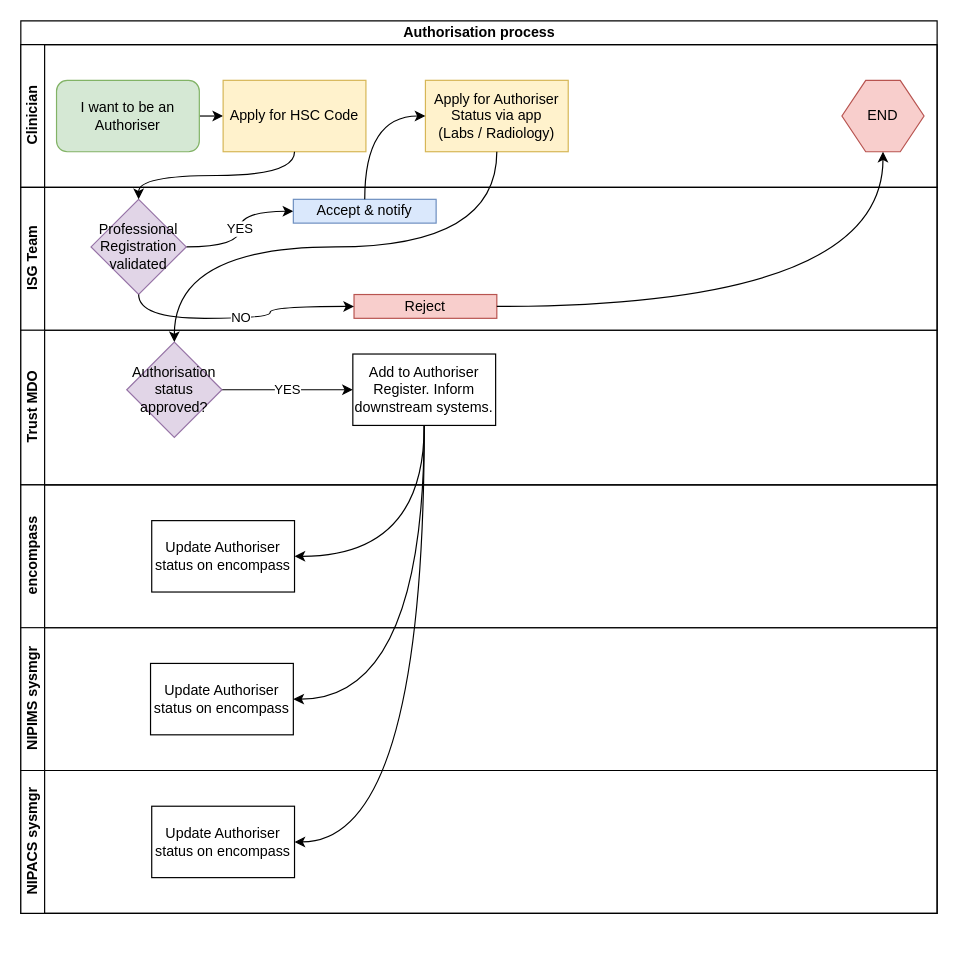
This is authoriser.drawio from mckeebase/.github, a draw.io file, before an edit. Source tidied: cells renumbered, new cells numbered last; positions are measured from the earlier drawing's top-left corner, leaving out a move shared by most shapes. Both pictures are drawn from the tidied source at 119%, with x=0, y=0 at pixel (20, 20).
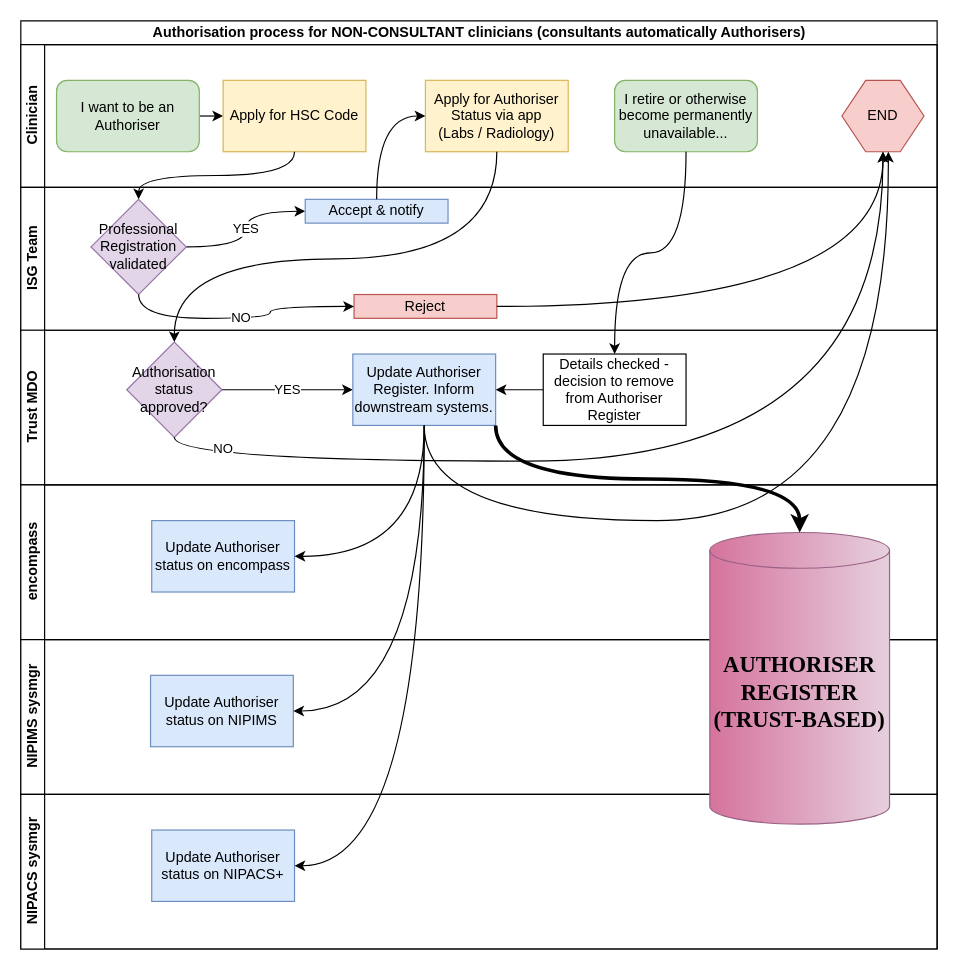
Above is the later version.

The change refers to these unchanged cells:
```xml
<mxCell id="3" value="Clinician" style="swimlane;startSize=20;horizontal=0;html=1;" parent="2" vertex="1">
  <mxGeometry y="20" width="770" height="120" as="geometry" />
</mxCell>
<mxCell id="7" value="Apply for Authoriser Status via app&lt;div&gt;(Labs / Radiology)&lt;/div&gt;" style="rounded=0;whiteSpace=wrap;html=1;fillColor=#fff2cc;strokeColor=#d6b656;" parent="3" vertex="1">
  <mxGeometry x="340" y="30" width="120" height="60" as="geometry" />
</mxCell>
<mxCell id="8" value="END" style="shape=hexagon;perimeter=hexagonPerimeter2;whiteSpace=wrap;html=1;fixedSize=1;fillColor=#f8cecc;strokeColor=#b85450;" parent="3" vertex="1">
  <mxGeometry x="690" y="30" width="69" height="60" as="geometry" />
</mxCell>
<mxCell id="9" value="ISG Team" style="swimlane;startSize=20;horizontal=0;html=1;" parent="2" vertex="1">
  <mxGeometry y="140" width="770" height="120" as="geometry" />
</mxCell>
<mxCell id="15" value="Trust MDO" style="swimlane;startSize=20;horizontal=0;html=1;" parent="2" vertex="1">
  <mxGeometry y="260" width="770" height="130" as="geometry" />
</mxCell>
<mxCell id="17" value="Authorisation status approved?" style="rhombus;whiteSpace=wrap;html=1;fillColor=#e1d5e7;strokeColor=#9673a6;" parent="15" vertex="1">
  <mxGeometry x="89" y="10" width="80" height="80" as="geometry" />
</mxCell>
```

The edit, as a diff of the source:
```diff
@@
-    <mxCell id="2" value="Authorisation process" style="swimlane;horizontal=1;startSize=20;html=1;" parent="1" vertex="1">
-      <mxGeometry width="770" height="750" as="geometry" />
+    <mxCell id="2" value="Authorisation process for NON-CONSULTANT clinicians (consultants automatically Authorisers)" style="swimlane;horizontal=1;startSize=20;html=1;" parent="1" vertex="1">
+      <mxGeometry width="770" height="780" as="geometry" />
     </mxCell>
@@
+    <mxCell id="32" value="I retire or otherwise become permanently unavailable..." style="rounded=1;whiteSpace=wrap;html=1;fillColor=#d5e8d4;strokeColor=#82b366;" parent="3" vertex="1">
+      <mxGeometry x="499" y="30" width="120" height="60" as="geometry" />
+    </mxCell>
@@
     <mxCell id="12" value="Accept &amp;amp; notify" style="whiteSpace=wrap;html=1;fillColor=#dae8fc;strokeColor=#6c8ebf;" parent="9" vertex="1">
-      <mxGeometry x="229" y="10" width="120" height="20" as="geometry" />
+      <mxGeometry x="239" y="10" width="120" height="20" as="geometry" />
     </mxCell>
@@
+    <mxCell id="33" style="edgeStyle=orthogonalEdgeStyle;rounded=0;jettySize=auto;html=1;exitX=0.5;exitY=1;exitDx=0;exitDy=0;curved=1;" parent="15" edge="1" source="18">
+      <mxGeometry relative="1" as="geometry">
+        <mxPoint x="729" y="-150" as="targetPoint" />
+        <Array as="points">
+          <mxPoint x="339" y="160" />
+          <mxPoint x="730" y="160" />
+        </Array>
+      </mxGeometry>
+    </mxCell>
-    <mxCell id="18" value="Add to Authoriser Register. Inform downstream systems." style="rounded=0;whiteSpace=wrap;html=1;" parent="15" vertex="1">
+    <mxCell id="18" value="Update Authoriser Register. Inform downstream systems." style="rounded=0;whiteSpace=wrap;html=1;fillColor=#dae8fc;strokeColor=#6c8ebf;" parent="15" vertex="1">
       <mxGeometry x="279" y="20" width="120" height="60" as="geometry" />
     </mxCell>
+    <mxCell id="34" style="edgeStyle=orthogonalEdgeStyle;rounded=0;jettySize=auto;html=1;exitX=0;exitY=0.5;exitDx=0;exitDy=0;entryX=1;entryY=0.5;entryDx=0;entryDy=0;" parent="15" edge="1" source="35" target="18">
+      <mxGeometry relative="1" as="geometry" />
+    </mxCell>
+    <mxCell id="35" value="Details checked - decision to remove from Authoriser Register" style="rounded=0;whiteSpace=wrap;html=1;" parent="15" vertex="1">
+      <mxGeometry x="439" y="20" width="120" height="60" as="geometry" />
+    </mxCell>
     <mxCell id="19" value="encompass" style="swimlane;startSize=20;horizontal=0;html=1;" parent="2" vertex="1">
-      <mxGeometry y="390" width="770" height="120" as="geometry" />
+      <mxGeometry y="390" width="770" height="130" as="geometry" />
     </mxCell>
-    <mxCell id="20" value="Update Authoriser status on encompass" style="rounded=0;whiteSpace=wrap;html=1;" parent="19" vertex="1">
+    <mxCell id="20" value="Update Authoriser status on encompass" style="rounded=0;whiteSpace=wrap;html=1;fillColor=#dae8fc;strokeColor=#6c8ebf;" parent="19" vertex="1">
       <mxGeometry x="110" y="30" width="120" height="60" as="geometry" />
     </mxCell>
     <mxCell id="21" value="NIPIMS sysmgr" style="swimlane;startSize=20;horizontal=0;html=1;" parent="2" vertex="1">
-      <mxGeometry y="510" width="770" height="120" as="geometry" />
+      <mxGeometry y="520" width="770" height="130" as="geometry" />
     </mxCell>
-    <mxCell id="22" value="Update Authoriser status on encompass" style="rounded=0;whiteSpace=wrap;html=1;" parent="21" vertex="1">
+    <mxCell id="22" value="Update Authoriser status on NIPIMS" style="rounded=0;whiteSpace=wrap;html=1;fillColor=#dae8fc;strokeColor=#6c8ebf;" parent="21" vertex="1">
       <mxGeometry x="109" y="30" width="120" height="60" as="geometry" />
     </mxCell>
     <mxCell id="23" value="NIPACS sysmgr" style="swimlane;startSize=20;horizontal=0;html=1;" parent="2" vertex="1">
-      <mxGeometry y="630" width="770" height="120" as="geometry" />
+      <mxGeometry y="650" width="770" height="130" as="geometry" />
     </mxCell>
-    <mxCell id="24" value="Update Authoriser status on encompass" style="rounded=0;whiteSpace=wrap;html=1;" parent="23" vertex="1">
+    <mxCell id="24" value="Update Authoriser status on NIPACS+" style="rounded=0;whiteSpace=wrap;html=1;fillColor=#dae8fc;strokeColor=#6c8ebf;" parent="23" vertex="1">
       <mxGeometry x="110" y="30" width="120" height="60" as="geometry" />
     </mxCell>
@@
     <mxCell id="26" style="edgeStyle=orthogonalEdgeStyle;rounded=0;jettySize=auto;html=1;exitX=0.5;exitY=1;exitDx=0;exitDy=0;entryX=0.5;entryY=0;entryDx=0;entryDy=0;curved=1;" parent="2" edge="1" source="7" target="17">
-      <mxGeometry relative="1" as="geometry" />
+      <mxGeometry relative="1" as="geometry">
+        <Array as="points">
+          <mxPoint x="400" y="200" />
+          <mxPoint x="129" y="200" />
+        </Array>
+      </mxGeometry>
     </mxCell>
@@
+    <mxCell id="36" value="NO" style="edgeStyle=orthogonalEdgeStyle;rounded=0;jettySize=auto;html=1;exitX=0.5;exitY=1;exitDx=0;exitDy=0;entryX=0.5;entryY=1;entryDx=0;entryDy=0;curved=1;" parent="2" edge="1" source="17" target="8">
+      <mxGeometry x="-0.86" y="10" relative="1" as="geometry" />
+    </mxCell>
+    <mxCell id="37" style="edgeStyle=orthogonalEdgeStyle;rounded=0;jettySize=auto;html=1;exitX=0.5;exitY=1;exitDx=0;exitDy=0;entryX=0.5;entryY=0;entryDx=0;entryDy=0;curved=1;" parent="2" edge="1" source="32" target="35">
+      <mxGeometry relative="1" as="geometry" />
+    </mxCell>
+    <mxCell id="38" value="AUTHORISER&lt;br style=&quot;font-size: 19px;&quot;&gt;REGISTER&lt;br&gt;(TRUST-BASED)" style="shape=cylinder3;whiteSpace=wrap;html=1;boundedLbl=1;backgroundOutline=1;size=15;fillColor=#e6d0de;gradientColor=#d5739d;strokeColor=#996185;gradientDirection=west;fontStyle=1;fontFamily=Times New Roman;fontSize=19;" parent="1" vertex="1">
+      <mxGeometry x="579" y="430" width="151" height="245" as="geometry" />
+    </mxCell>
+    <mxCell id="39" style="edgeStyle=orthogonalEdgeStyle;rounded=0;jettySize=auto;html=1;exitX=1;exitY=1;exitDx=0;exitDy=0;curved=1;strokeWidth=3;" parent="1" edge="1" source="18" target="38">
+      <mxGeometry relative="1" as="geometry" />
+    </mxCell>
```
